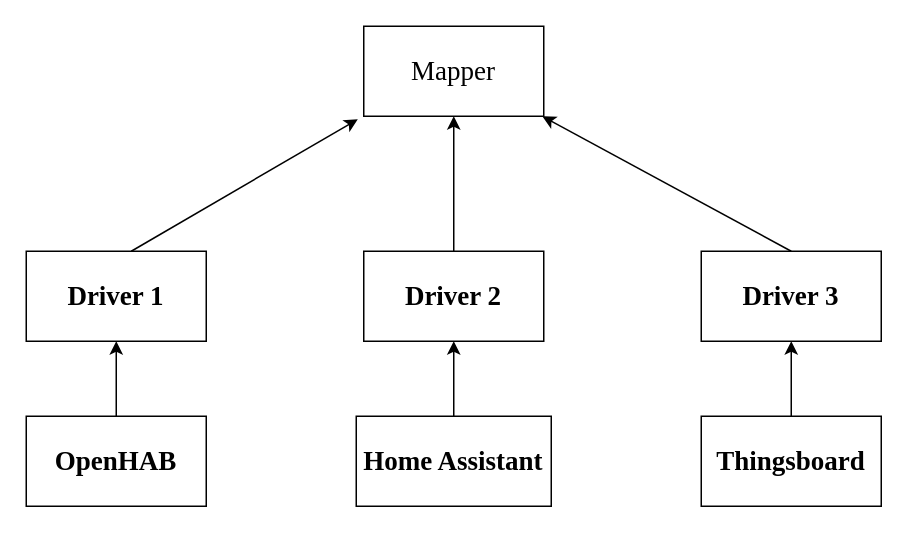
The draw.io diagram report/thang_template/thesis/image/mapping_service.drawio in hamhochoi/DATN, before the edit. Source tidied: cells renumbered, new cells numbered last; positions are measured from the earlier drawing's top-left corner, leaving out a move shared by most shapes. Both pictures are drawn from the tidied source at 150%, with x=0, y=0 at pixel (26, 26).
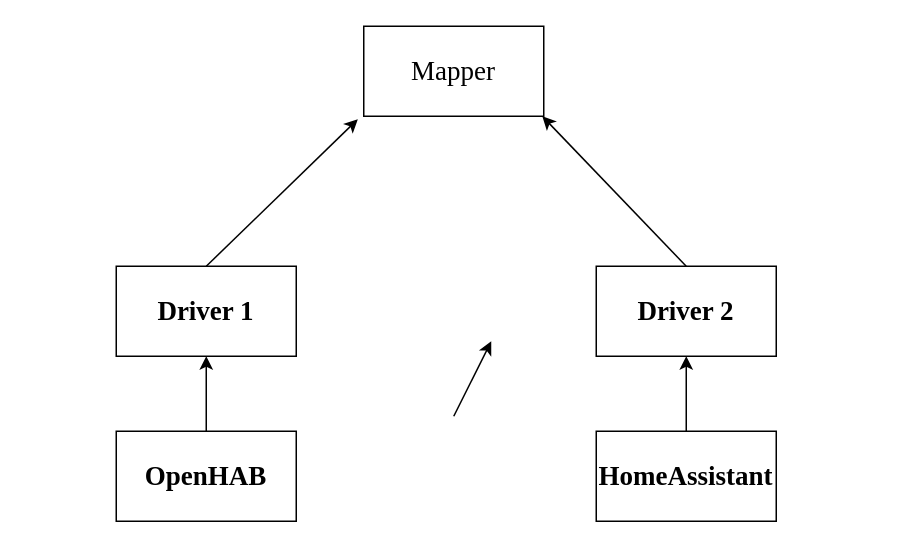
After the change.

Change to the diagram source:
```diff
@@
 <mxGraphModel>
   <root>
     <mxCell id="0" />
     <mxCell id="1" parent="0" />
     <mxCell id="2" value="&lt;h4 style=&quot;font-size: 18px&quot;&gt;&lt;font style=&quot;font-size: 18px&quot; face=&quot;Times New Roman&quot;&gt;OpenHAB&lt;/font&gt;&lt;/h4&gt;" style="rounded=0;whiteSpace=wrap;html=1;" parent="1" vertex="1">
-      <mxGeometry y="260" width="120" height="60" as="geometry" />
+      <mxGeometry x="60" y="270" width="120" height="60" as="geometry" />
     </mxCell>
-    <mxCell id="3" value="&lt;h4 style=&quot;font-size: 18px&quot;&gt;&lt;font style=&quot;font-size: 18px&quot; face=&quot;Times New Roman&quot;&gt;Home Assistant&lt;/font&gt;&lt;/h4&gt;" style="rounded=0;whiteSpace=wrap;html=1;" parent="1" vertex="1">
-      <mxGeometry x="220" y="260" width="130" height="60" as="geometry" />
-    </mxCell>
-    <mxCell id="4" value="&lt;h4 style=&quot;font-size: 18px&quot;&gt;&lt;font style=&quot;font-size: 18px&quot; face=&quot;Times New Roman&quot;&gt;Thingsboard&lt;/font&gt;&lt;/h4&gt;" style="rounded=0;whiteSpace=wrap;html=1;" parent="1" vertex="1">
-      <mxGeometry x="450" y="260" width="120" height="60" as="geometry" />
+    <mxCell id="4" value="&lt;h4 style=&quot;font-size: 18px&quot;&gt;&lt;font face=&quot;Times New Roman&quot;&gt;HomeAssistant&lt;/font&gt;&lt;/h4&gt;" style="rounded=0;whiteSpace=wrap;html=1;" parent="1" vertex="1">
+      <mxGeometry x="380" y="270" width="120" height="60" as="geometry" />
     </mxCell>
     <mxCell id="5" value="&lt;h4 style=&quot;font-size: 18px&quot;&gt;&lt;font style=&quot;font-size: 18px&quot; face=&quot;Times New Roman&quot;&gt;Driver 1&lt;/font&gt;&lt;/h4&gt;" style="rounded=0;whiteSpace=wrap;html=1;" parent="1" vertex="1">
-      <mxGeometry y="150" width="120" height="60" as="geometry" />
+      <mxGeometry x="60" y="160" width="120" height="60" as="geometry" />
     </mxCell>
-    <mxCell id="6" value="&lt;h4 style=&quot;font-size: 18px&quot;&gt;&lt;font style=&quot;font-size: 18px&quot; face=&quot;Times New Roman&quot;&gt;Driver 2&lt;br&gt;&lt;/font&gt;&lt;/h4&gt;" style="rounded=0;whiteSpace=wrap;html=1;" parent="1" vertex="1">
-      <mxGeometry x="225" y="150" width="120" height="60" as="geometry" />
-    </mxCell>
-    <mxCell id="7" value="&lt;h4 style=&quot;font-size: 18px&quot;&gt;&lt;font style=&quot;font-size: 18px&quot; face=&quot;Times New Roman&quot;&gt;Driver 3&lt;br&gt;&lt;/font&gt;&lt;/h4&gt;" style="rounded=0;whiteSpace=wrap;html=1;" parent="1" vertex="1">
-      <mxGeometry x="450" y="150" width="120" height="60" as="geometry" />
+    <mxCell id="7" value="&lt;h4 style=&quot;font-size: 18px&quot;&gt;&lt;font style=&quot;font-size: 18px&quot; face=&quot;Times New Roman&quot;&gt;Driver 2&lt;br&gt;&lt;/font&gt;&lt;/h4&gt;" style="rounded=0;whiteSpace=wrap;html=1;" parent="1" vertex="1">
+      <mxGeometry x="380" y="160" width="120" height="60" as="geometry" />
     </mxCell>
     <mxCell id="8" style="endArrow=classic;html=1;entryX=0.5;entryY=1;entryDx=0;entryDy=0;exitX=0.5;exitY=0;exitDx=0;exitDy=0;" parent="1" edge="1" source="2" target="5">
       <mxGeometry relative="1" as="geometry" />
     </mxCell>
-    <mxCell id="9" style="endArrow=classic;html=1;exitX=0.5;exitY=0;exitDx=0;exitDy=0;entryX=0.5;entryY=1;entryDx=0;entryDy=0;" parent="1" edge="1" source="3" target="6">
-      <mxGeometry relative="1" as="geometry" />
+    <mxCell id="9" style="endArrow=classic;html=1;exitX=0.5;exitY=0;exitDx=0;exitDy=0;entryX=0.5;entryY=1;entryDx=0;entryDy=0;" parent="1" edge="1">
+      <mxGeometry relative="1" as="geometry">
+        <mxPoint x="285" y="260" as="sourcePoint" />
+        <mxPoint x="310" y="210" as="targetPoint" />
+      </mxGeometry>
     </mxCell>
     <mxCell id="10" style="endArrow=classic;html=1;entryX=0.5;entryY=1;entryDx=0;entryDy=0;" parent="1" edge="1" target="7">
       <mxGeometry relative="1" as="geometry">
-        <mxPoint x="510" y="260" as="sourcePoint" />
+        <mxPoint x="440" y="270" as="sourcePoint" />
       </mxGeometry>
     </mxCell>
     <mxCell id="11" value="&lt;font style=&quot;font-size: 18px&quot; face=&quot;Times New Roman&quot;&gt;Mapper&lt;/font&gt;" style="rounded=0;whiteSpace=wrap;html=1;" parent="1" vertex="1">
       <mxGeometry x="225" width="120" height="60" as="geometry" />
     </mxCell>
-    <mxCell id="12" style="endArrow=classic;html=1;entryX=-0.033;entryY=1.033;entryDx=0;entryDy=0;entryPerimeter=0;" parent="1" edge="1" target="11">
-      <mxGeometry relative="1" as="geometry">
-        <mxPoint x="70" y="150" as="sourcePoint" />
-      </mxGeometry>
+    <mxCell id="12" style="endArrow=classic;html=1;entryX=-0.033;entryY=1.033;entryDx=0;entryDy=0;entryPerimeter=0;exitX=0.5;exitY=0;exitDx=0;exitDy=0;" parent="1" edge="1" source="5" target="11">
+      <mxGeometry relative="1" as="geometry" />
     </mxCell>
-    <mxCell id="13" style="endArrow=classic;html=1;entryX=0.5;entryY=1;entryDx=0;entryDy=0;exitX=0.5;exitY=0;exitDx=0;exitDy=0;" parent="1" edge="1" source="6" target="11">
-      <mxGeometry relative="1" as="geometry" />
-    </mxCell>
     <mxCell id="14" style="endArrow=classic;html=1;entryX=0.992;entryY=1;entryDx=0;entryDy=0;entryPerimeter=0;exitX=0.5;exitY=0;exitDx=0;exitDy=0;" parent="1" edge="1" source="7" target="11">
       <mxGeometry relative="1" as="geometry" />
     </mxCell>
   </root>
 </mxGraphModel>
```
